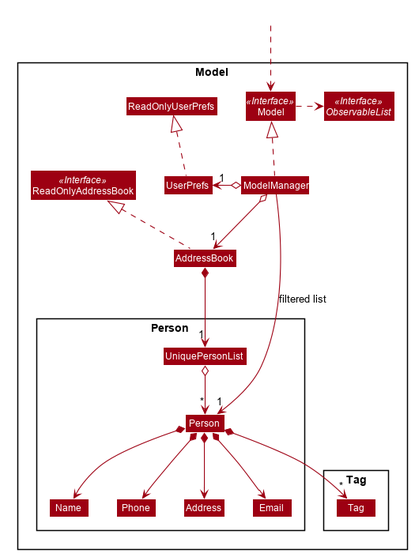
nus-cs2103-AY1920S2/addressbook-level3 keeps this PlantUML diagram as docs/images/ModelClassDiagram.png. Above is the earlier version.
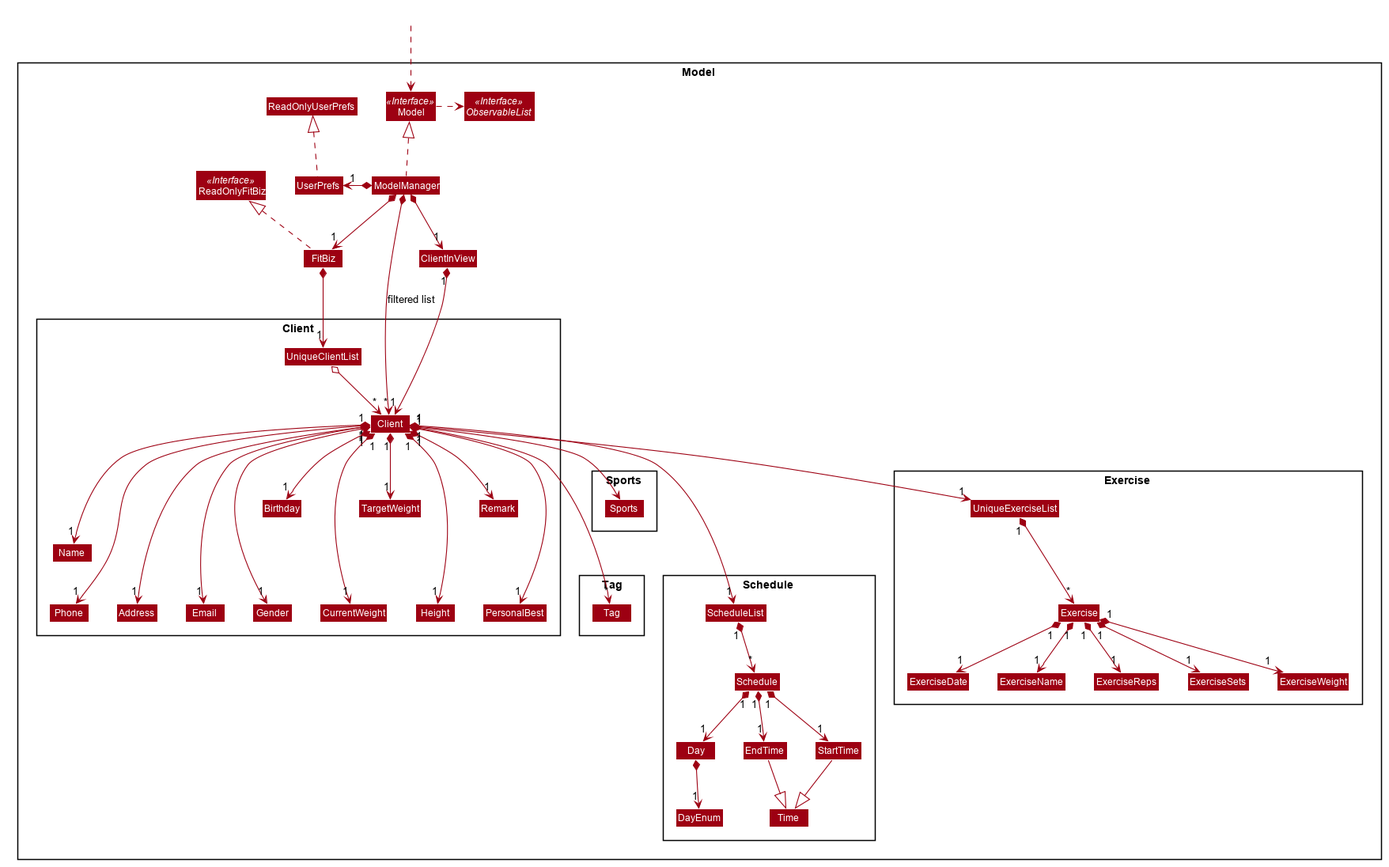
The same file after the commit.

What changed in the source:
```diff
@@ -52,52 +52,113 @@
 skinparam classBackgroundColor #9D0012
 
 Package Model <<Rectangle>>{
-Interface ReadOnlyAddressBook <<Interface>>
+Interface ReadOnlyFitBiz <<Interface>>
 Interface Model <<Interface>>
 Interface ObservableList <<Interface>>
-Class AddressBook
-Class ReadOnlyAddressBook
+Class FitBiz
+Class ReadOnlyFitBiz
 Class Model
 Class ModelManager
 Class UserPrefs
 Class ReadOnlyUserPrefs
+Class ClientInView
 
-Package Person {
-Class Person
+Package Client {
+Class Client
 Class Address
 Class Email
 Class Name
 Class Phone
-Class UniquePersonList
+Class UniqueClientList
+Class Gender
+Class Birthday
+Class CurrentWeight
+Class TargetWeight
+Class Height
+Class Remark
+Class PersonalBest
 }
 
 Package Tag {
 Class Tag
+}
+
+Package Sports {
+Class Sports
+}
+
+Package Schedule {
+Class ScheduleList
+Class Schedule
+Class Day
+Class DayEnum
+Class EndTime
+Class StartTime
+Class Time
+}
+
+Package Exercise {
+Class Exercise
+Class ExerciseDate
+Class ExerciseName
+Class ExerciseReps
+Class ExerciseSets
+Class ExerciseWeight
+Class UniqueExerciseList
 }
 }
 
 Class HiddenOutside #FFFFFF
 HiddenOutside ..> Model
 
-AddressBook .up.|> ReadOnlyAddressBook
+FitBiz .up.|> ReadOnlyFitBiz
 
 ModelManager .up.|> Model
 Model .right.> ObservableList
-ModelManager o--> "1" AddressBook
-ModelManager o-left-> "1" UserPrefs
+ModelManager *--> "1" FitBiz
+ModelManager *-left-> "1" UserPrefs
 UserPrefs .up.|> ReadOnlyUserPrefs
 
-AddressBook *--> "1" UniquePersonList
-UniquePersonList o--> "*" Person
-Person *--> Name
-Person *--> Phone
-Person *--> Email
-Person *--> Address
-Person *--> "*" Tag
+FitBiz *--> "1" UniqueClientList
+UniqueClientList o--> "*" Client
+Client "1" *--> "1" Name
+Client "1" *---> "1" Gender
+Client "1" *---> "1" Phone
+Client "1" *--> "1" Email
+Client "1" *--> "1" Address
+Client "1" *---> "*" Tag
+Client "1" *--> "1" Birthday
+Client "1" *---> "1" ScheduleList
+Client "1" *--> "*" Sports
+Client "1" *---> "1" CurrentWeight
+Client "1" *--> "1" TargetWeight
+Client "1" *---> "1" Height
+Client "1" *--> "1" Remark
+Client "1" *---> "1" PersonalBest
+Client "1" *--> "1" UniqueExerciseList
+
+ClientInView "1" *--> "1" Client
+
+UniqueExerciseList "1" *--> "*"Exercise
+Exercise "1" *--> "1" ExerciseDate
+Exercise "1" *--> "1" ExerciseName
+Exercise "1" *--> "1" ExerciseReps
+Exercise "1" *--> "1" ExerciseSets
+Exercise "1" *--> "1" ExerciseWeight
 
 Name -[hidden]right-> Phone
 Phone -[hidden]right-> Address
 Address -[hidden]right-> Email
 
-ModelManager -->"1" Person : filtered list
+ScheduleList "1" *--> "*" Schedule
+Schedule "1" *--> "1" Day
+Schedule "1" *--> "1" StartTime
+Schedule "1" *--> "1" EndTime
+StartTime --|> Time
+EndTime --|> Time
+Day *--> "1" DayEnum
+
+
+ModelManager *-->"*" Client : filtered list
+ModelManager *-->"1" ClientInView
 @enduml
```
